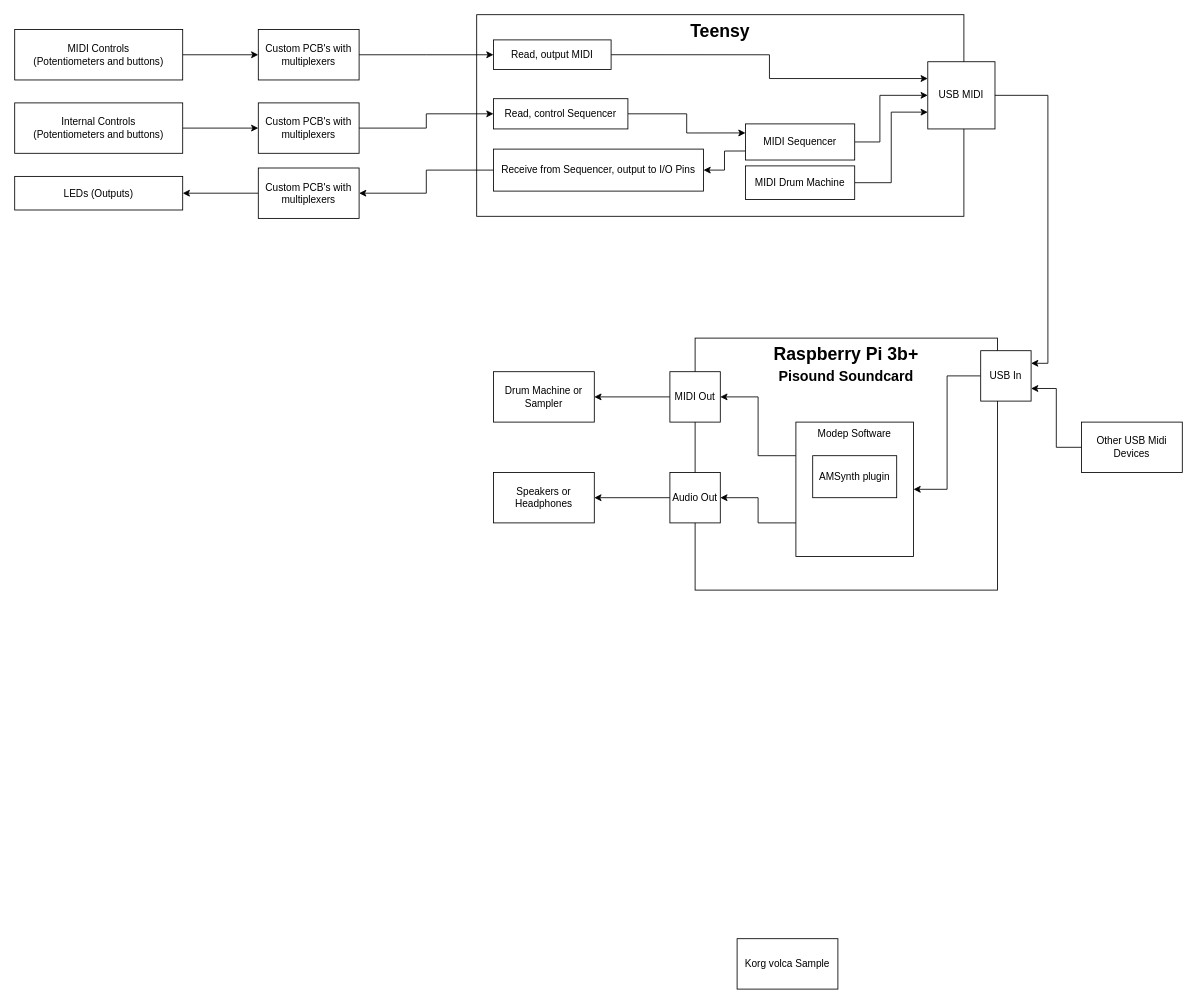
Above: Documentation/synthii_functional_diagram.drawio in TrollingInDaDeep/synthiii (draw.io), before the change. Source tidied: cells renumbered, new cells numbered last; positions are measured from the earlier drawing's top-left corner, leaving out a move shared by most shapes. Both pictures are drawn from the tidied source at 84%, with x=0, y=0 at pixel (14, 14).
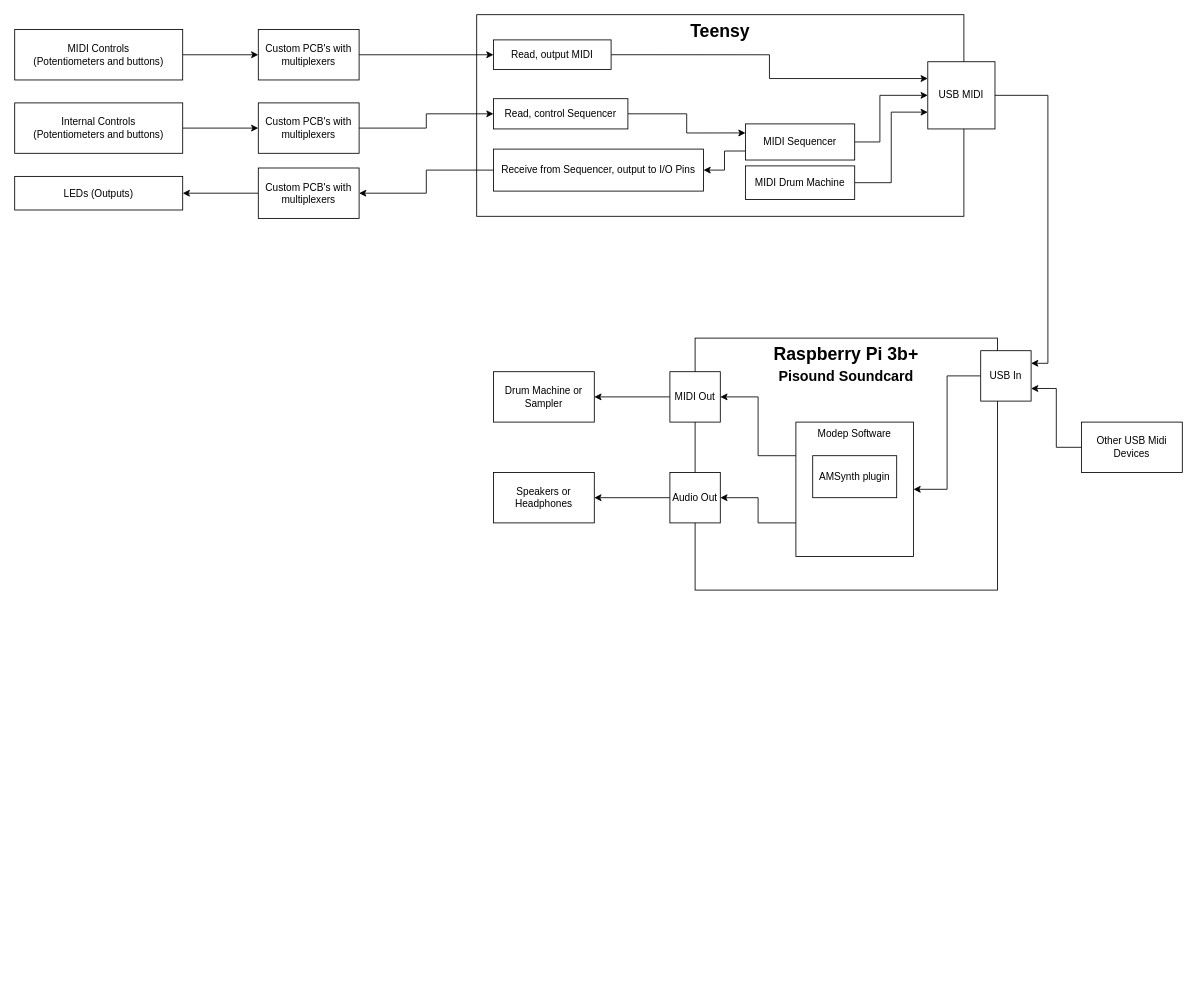
The same page after the edit.

Diff of the diagram source:
```diff
@@
-    <mxCell id="2" value="Korg volca Sample" style="rounded=0;whiteSpace=wrap;html=1;" parent="1" vertex="1">
-      <mxGeometry x="860" y="1100" width="120" height="60" as="geometry" />
-    </mxCell>
```
